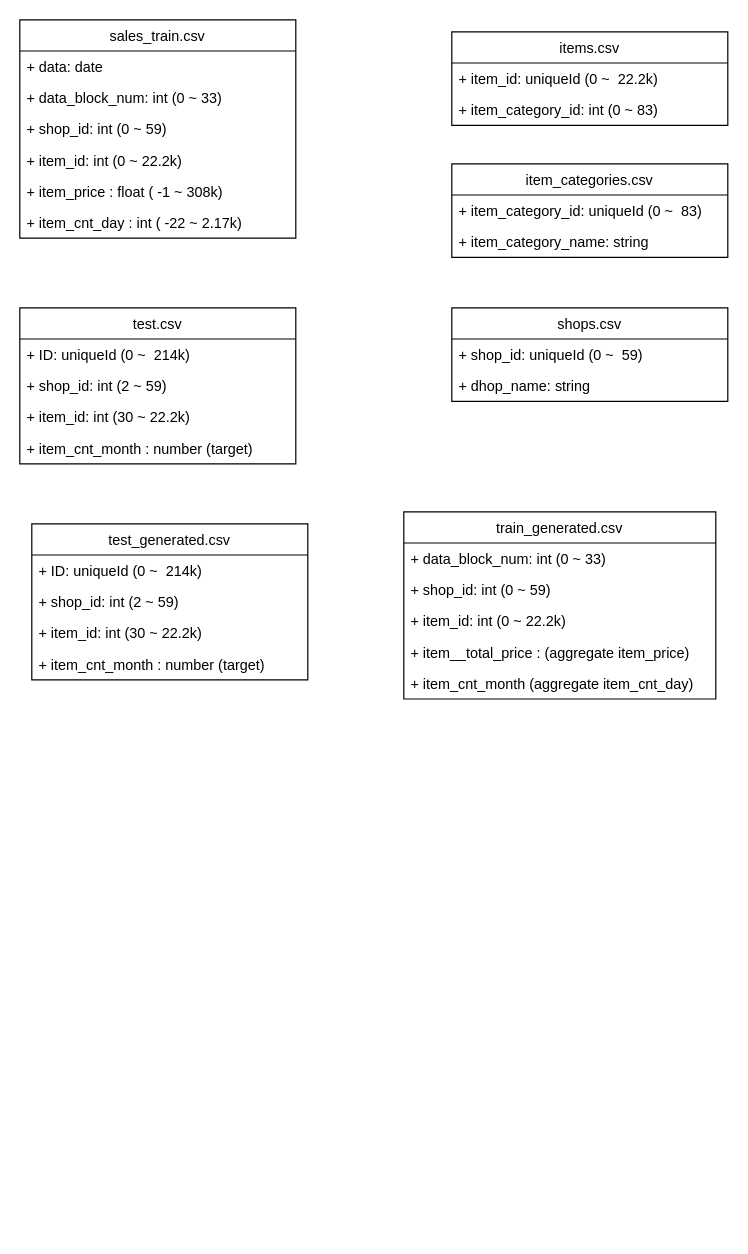
The draw.io diagram docs/relation.dio in ShinsakuOkazaki/pred-future-sales, before the edit. Source tidied: cells renumbered, new cells numbered last; positions are measured from the earlier drawing's top-left corner, leaving out a move shared by most shapes. Both pictures are drawn from the tidied source at 120%, with x=0, y=0 at pixel (19, 19).
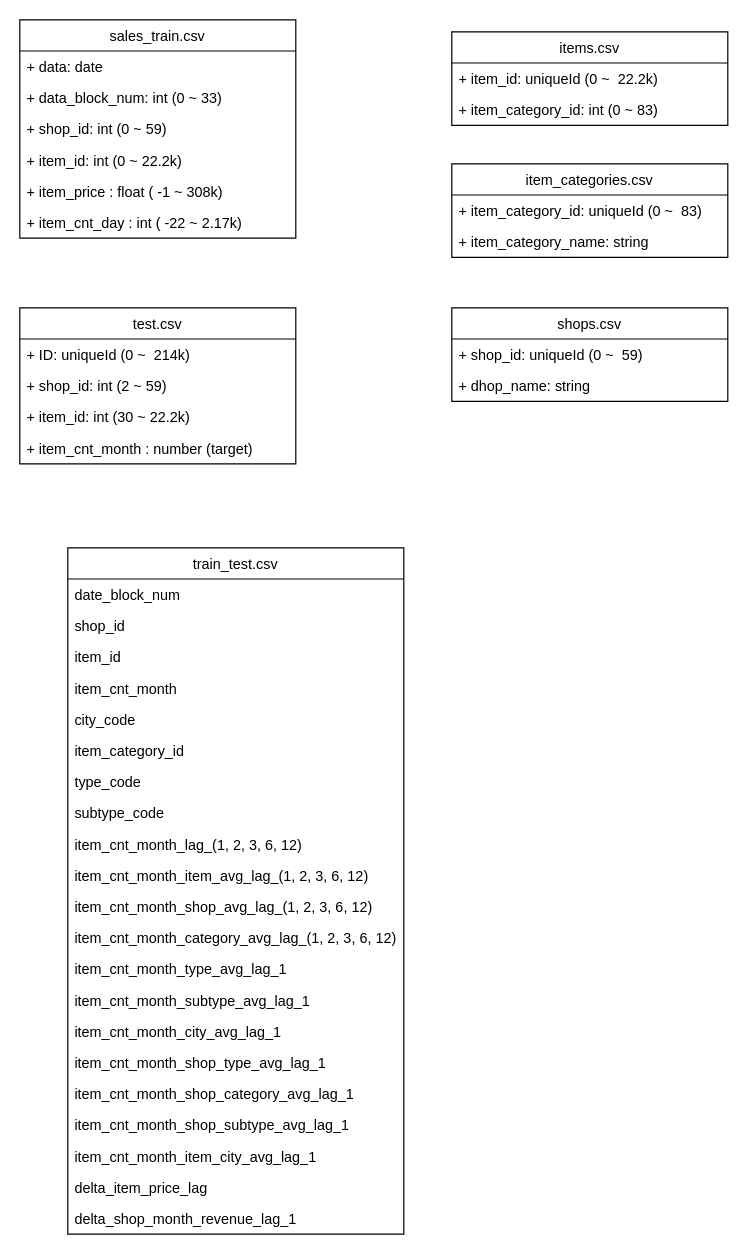
Above is the later version.

The edit, as a diff of the source:
```diff
@@
-    <mxCell id="23" value="test_generated.csv" style="swimlane;fontStyle=0;horizontal=1;startSize=26;fillColor=none;" parent="1" vertex="1">
-      <mxGeometry x="10" y="420" width="230" height="130" as="geometry" />
-    </mxCell>
-    <mxCell id="24" value="+ ID: uniqueId (0 ~  214k)" style="text;strokeColor=none;fillColor=none;align=left;verticalAlign=top;spacingLeft=4;spacingRight=4;overflow=hidden;" parent="23" vertex="1">
-      <mxGeometry y="26" width="230" height="26" as="geometry" />
-    </mxCell>
-    <mxCell id="25" value="+ shop_id: int (2 ~ 59)" style="text;strokeColor=none;fillColor=none;align=left;verticalAlign=top;spacingLeft=4;spacingRight=4;overflow=hidden;" parent="23" vertex="1">
-      <mxGeometry y="52" width="230" height="26" as="geometry" />
-    </mxCell>
-    <mxCell id="26" value="+ item_id: int (30 ~ 22.2k)" style="text;strokeColor=none;fillColor=none;align=left;verticalAlign=top;spacingLeft=4;spacingRight=4;overflow=hidden;" parent="23" vertex="1">
-      <mxGeometry y="78" width="230" height="26" as="geometry" />
-    </mxCell>
-    <mxCell id="27" value="+ item_cnt_month : number (target)" style="text;strokeColor=none;fillColor=none;align=left;verticalAlign=top;spacingLeft=4;spacingRight=4;overflow=hidden;" parent="23" vertex="1">
-      <mxGeometry y="104" width="230" height="26" as="geometry" />
-    </mxCell>
-    <mxCell id="28" value="train_generated.csv" style="swimlane;fontStyle=0;horizontal=1;startSize=26;fillColor=none;" parent="1" vertex="1">
-      <mxGeometry x="320" y="410" width="260" height="156" as="geometry" />
-    </mxCell>
-    <mxCell id="29" value="+ data_block_num: int (0 ~ 33)" style="text;strokeColor=none;fillColor=none;align=left;verticalAlign=top;spacingLeft=4;spacingRight=4;overflow=hidden;" parent="28" vertex="1">
-      <mxGeometry y="26" width="260" height="26" as="geometry" />
-    </mxCell>
-    <mxCell id="30" value="+ shop_id: int (0 ~ 59)" style="text;strokeColor=none;fillColor=none;align=left;verticalAlign=top;spacingLeft=4;spacingRight=4;overflow=hidden;" parent="28" vertex="1">
-      <mxGeometry y="52" width="260" height="26" as="geometry" />
-    </mxCell>
-    <mxCell id="31" value="+ item_id: int (0 ~ 22.2k)" style="text;strokeColor=none;fillColor=none;align=left;verticalAlign=top;spacingLeft=4;spacingRight=4;overflow=hidden;" parent="28" vertex="1">
-      <mxGeometry y="78" width="260" height="26" as="geometry" />
-    </mxCell>
-    <mxCell id="32" value="+ item__total_price : (aggregate item_price)" style="text;strokeColor=none;fillColor=none;align=left;verticalAlign=top;spacingLeft=4;spacingRight=4;overflow=hidden;" parent="28" vertex="1">
-      <mxGeometry y="104" width="260" height="26" as="geometry" />
-    </mxCell>
-    <mxCell id="33" value="+ item_cnt_month (aggregate item_cnt_day)" style="text;strokeColor=none;fillColor=none;align=left;verticalAlign=top;spacingLeft=4;spacingRight=4;overflow=hidden;" parent="28" vertex="1">
-      <mxGeometry y="130" width="260" height="26" as="geometry" />
-    </mxCell>
+    <mxCell id="34" value="train_test.csv" style="swimlane;fontStyle=0;horizontal=1;startSize=26;fillColor=none;" parent="1" vertex="1">
+      <mxGeometry x="40" y="440" width="280" height="572" as="geometry" />
+    </mxCell>
+    <mxCell id="35" value="date_block_num" style="text;strokeColor=none;fillColor=none;align=left;verticalAlign=top;spacingLeft=4;spacingRight=4;overflow=hidden;" parent="34" vertex="1">
+      <mxGeometry y="26" width="280" height="26" as="geometry" />
+    </mxCell>
+    <mxCell id="36" value="shop_id" style="text;strokeColor=none;fillColor=none;align=left;verticalAlign=top;spacingLeft=4;spacingRight=4;overflow=hidden;" parent="34" vertex="1">
+      <mxGeometry y="52" width="280" height="26" as="geometry" />
+    </mxCell>
+    <mxCell id="37" value="item_id" style="text;strokeColor=none;fillColor=none;align=left;verticalAlign=top;spacingLeft=4;spacingRight=4;overflow=hidden;" parent="34" vertex="1">
+      <mxGeometry y="78" width="280" height="26" as="geometry" />
+    </mxCell>
+    <mxCell id="38" value="item_cnt_month" style="text;strokeColor=none;fillColor=none;align=left;verticalAlign=top;spacingLeft=4;spacingRight=4;overflow=hidden;" parent="34" vertex="1">
+      <mxGeometry y="104" width="280" height="26" as="geometry" />
+    </mxCell>
+    <mxCell id="39" value="city_code" style="text;strokeColor=none;fillColor=none;align=left;verticalAlign=top;spacingLeft=4;spacingRight=4;overflow=hidden;" parent="34" vertex="1">
+      <mxGeometry y="130" width="280" height="26" as="geometry" />
+    </mxCell>
+    <mxCell id="40" value="item_category_id" style="text;strokeColor=none;fillColor=none;align=left;verticalAlign=top;spacingLeft=4;spacingRight=4;overflow=hidden;" parent="34" vertex="1">
+      <mxGeometry y="156" width="280" height="26" as="geometry" />
+    </mxCell>
+    <mxCell id="41" value="type_code" style="text;strokeColor=none;fillColor=none;align=left;verticalAlign=top;spacingLeft=4;spacingRight=4;overflow=hidden;" parent="34" vertex="1">
+      <mxGeometry y="182" width="280" height="26" as="geometry" />
+    </mxCell>
+    <mxCell id="42" value="subtype_code" style="text;strokeColor=none;fillColor=none;align=left;verticalAlign=top;spacingLeft=4;spacingRight=4;overflow=hidden;" parent="34" vertex="1">
+      <mxGeometry y="208" width="280" height="26" as="geometry" />
+    </mxCell>
+    <mxCell id="43" value="item_cnt_month_lag_(1, 2, 3, 6, 12)" style="text;strokeColor=none;fillColor=none;align=left;verticalAlign=top;spacingLeft=4;spacingRight=4;overflow=hidden;" parent="34" vertex="1">
+      <mxGeometry y="234" width="280" height="26" as="geometry" />
+    </mxCell>
+    <mxCell id="44" value="item_cnt_month_item_avg_lag_(1, 2, 3, 6, 12)" style="text;strokeColor=none;fillColor=none;align=left;verticalAlign=top;spacingLeft=4;spacingRight=4;overflow=hidden;" parent="34" vertex="1">
+      <mxGeometry y="260" width="280" height="26" as="geometry" />
+    </mxCell>
+    <mxCell id="45" value="item_cnt_month_shop_avg_lag_(1, 2, 3, 6, 12)" style="text;strokeColor=none;fillColor=none;align=left;verticalAlign=top;spacingLeft=4;spacingRight=4;overflow=hidden;" parent="34" vertex="1">
+      <mxGeometry y="286" width="280" height="26" as="geometry" />
+    </mxCell>
+    <mxCell id="46" value="item_cnt_month_category_avg_lag_(1, 2, 3, 6, 12)" style="text;strokeColor=none;fillColor=none;align=left;verticalAlign=top;spacingLeft=4;spacingRight=4;overflow=hidden;" parent="34" vertex="1">
+      <mxGeometry y="312" width="280" height="26" as="geometry" />
+    </mxCell>
+    <mxCell id="47" value="item_cnt_month_type_avg_lag_1" style="text;strokeColor=none;fillColor=none;align=left;verticalAlign=top;spacingLeft=4;spacingRight=4;overflow=hidden;" parent="34" vertex="1">
+      <mxGeometry y="338" width="280" height="26" as="geometry" />
+    </mxCell>
+    <mxCell id="48" value="item_cnt_month_subtype_avg_lag_1" style="text;strokeColor=none;fillColor=none;align=left;verticalAlign=top;spacingLeft=4;spacingRight=4;overflow=hidden;" parent="34" vertex="1">
+      <mxGeometry y="364" width="280" height="26" as="geometry" />
+    </mxCell>
+    <mxCell id="49" value="item_cnt_month_city_avg_lag_1" style="text;strokeColor=none;fillColor=none;align=left;verticalAlign=top;spacingLeft=4;spacingRight=4;overflow=hidden;" parent="34" vertex="1">
+      <mxGeometry y="390" width="280" height="26" as="geometry" />
+    </mxCell>
+    <mxCell id="50" value="item_cnt_month_shop_type_avg_lag_1" style="text;strokeColor=none;fillColor=none;align=left;verticalAlign=top;spacingLeft=4;spacingRight=4;overflow=hidden;" parent="34" vertex="1">
+      <mxGeometry y="416" width="280" height="26" as="geometry" />
+    </mxCell>
+    <mxCell id="51" value="item_cnt_month_shop_category_avg_lag_1" style="text;strokeColor=none;fillColor=none;align=left;verticalAlign=top;spacingLeft=4;spacingRight=4;overflow=hidden;" parent="34" vertex="1">
+      <mxGeometry y="442" width="280" height="26" as="geometry" />
+    </mxCell>
+    <mxCell id="52" value="item_cnt_month_shop_subtype_avg_lag_1" style="text;strokeColor=none;fillColor=none;align=left;verticalAlign=top;spacingLeft=4;spacingRight=4;overflow=hidden;" parent="34" vertex="1">
+      <mxGeometry y="468" width="280" height="26" as="geometry" />
+    </mxCell>
+    <mxCell id="53" value="item_cnt_month_item_city_avg_lag_1" style="text;strokeColor=none;fillColor=none;align=left;verticalAlign=top;spacingLeft=4;spacingRight=4;overflow=hidden;" parent="34" vertex="1">
+      <mxGeometry y="494" width="280" height="26" as="geometry" />
+    </mxCell>
+    <mxCell id="54" value="delta_item_price_lag" style="text;strokeColor=none;fillColor=none;align=left;verticalAlign=top;spacingLeft=4;spacingRight=4;overflow=hidden;" parent="34" vertex="1">
+      <mxGeometry y="520" width="280" height="26" as="geometry" />
+    </mxCell>
+    <mxCell id="55" value="delta_shop_month_revenue_lag_1" style="text;strokeColor=none;fillColor=none;align=left;verticalAlign=top;spacingLeft=4;spacingRight=4;overflow=hidden;" parent="34" vertex="1">
+      <mxGeometry y="546" width="280" height="26" as="geometry" />
+    </mxCell>
```
